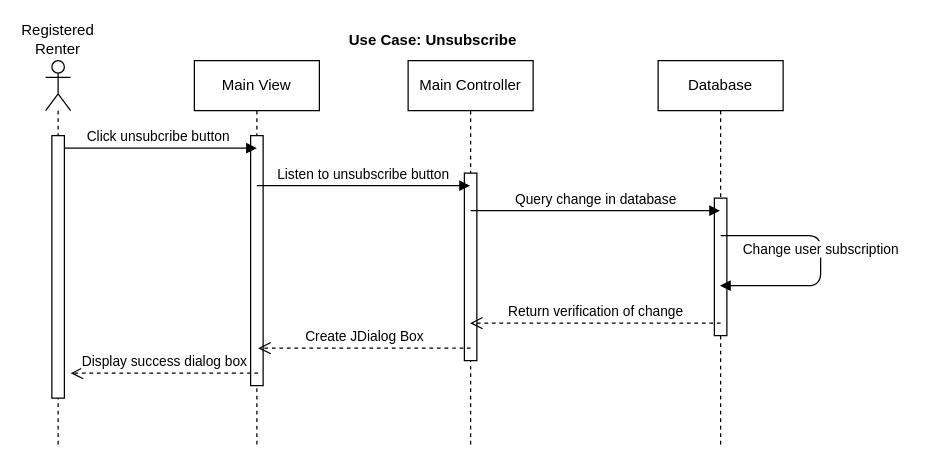
Above: page "Unsubscribe" (4 of 10) of SequenceDiagrams.drawio in ryan-holt/ENSF480FinalProject (draw.io), before the change. Source tidied: cells renumbered, new cells numbered last; positions are measured from the earlier drawing's top-left corner, leaving out a move shared by most shapes. Both pictures are drawn from the tidied source at 125%, with x=0, y=0 at pixel (32, 22).
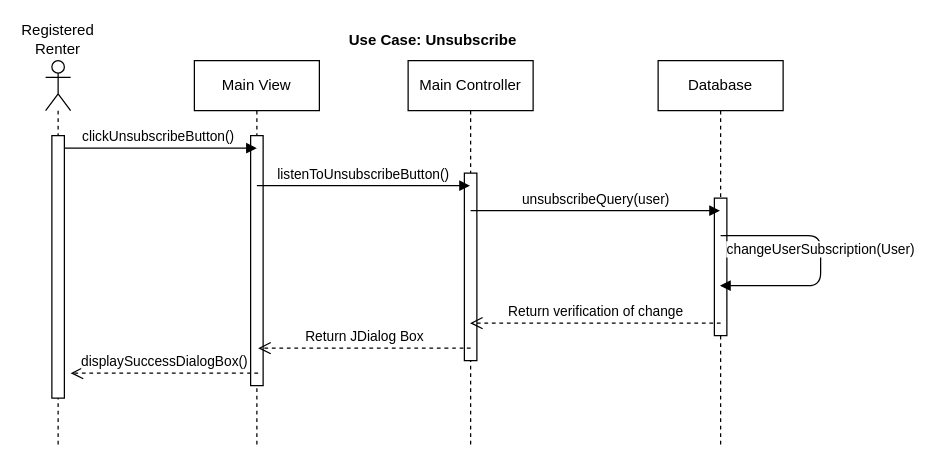
Above is the later version.

The change refers to these unchanged cells:
```xml
<mxCell id="8" value="Main Controller" style="shape=umlLifeline;perimeter=lifelinePerimeter;whiteSpace=wrap;html=1;outlineConnect=0;" parent="1" vertex="1">
  <mxGeometry x="300" y="30" width="100" height="310" as="geometry" />
</mxCell>
<mxCell id="11" value="Database" style="shape=umlLifeline;perimeter=lifelinePerimeter;whiteSpace=wrap;html=1;outlineConnect=0;" parent="1" vertex="1">
  <mxGeometry x="500" y="30" width="100" height="310" as="geometry" />
</mxCell>
```

What changed in the source:
```diff
@@
-    <mxCell id="6" value="Click unsubcribe button" style="html=1;verticalAlign=bottom;endArrow=block;" parent="1" edge="1">
+    <mxCell id="6" value="clickUnsubscribeButton()" style="html=1;verticalAlign=bottom;endArrow=block;" parent="1" edge="1">
       <mxGeometry relative="1" as="geometry">
         <mxPoint x="20" y="100" as="sourcePoint" />
         <mxPoint x="179" y="100" as="targetPoint" />
       </mxGeometry>
     </mxCell>
@@
-    <mxCell id="10" value="Listen to unsubscribe button" style="html=1;verticalAlign=bottom;endArrow=block;" parent="1" edge="1" target="8">
+    <mxCell id="10" value="listenToUnsubscribeButton()" style="html=1;verticalAlign=bottom;endArrow=block;" parent="1" edge="1" target="8">
       <mxGeometry relative="1" as="geometry">
         <mxPoint x="179" y="130" as="sourcePoint" />
       </mxGeometry>
     </mxCell>
@@
-    <mxCell id="13" value="Query change in database" style="html=1;verticalAlign=bottom;endArrow=block;" parent="1" edge="1" target="11">
+    <mxCell id="13" value="unsubscribeQuery(user)" style="html=1;verticalAlign=bottom;endArrow=block;" parent="1" edge="1" target="11">
       <mxGeometry relative="1" as="geometry">
         <mxPoint x="350" y="150" as="sourcePoint" />
       </mxGeometry>
     </mxCell>
-    <mxCell id="14" value="Change user subscription" style="html=1;verticalAlign=bottom;endArrow=block;" parent="1" edge="1" target="11">
+    <mxCell id="14" value="changeUserSubscription(User)" style="html=1;verticalAlign=bottom;endArrow=block;" parent="1" edge="1" target="11">
       <mxGeometry relative="1" as="geometry">
         <mxPoint x="550" y="170" as="sourcePoint" />
         <Array as="points">
           <mxPoint x="630" y="170" />
           <mxPoint x="630" y="210" />
         </Array>
       </mxGeometry>
     </mxCell>
@@
-    <mxCell id="16" value="Create JDialog Box" style="html=1;verticalAlign=bottom;endArrow=open;dashed=1;endSize=8;" parent="1" edge="1">
+    <mxCell id="16" value="Return JDialog Box" style="html=1;verticalAlign=bottom;endArrow=open;dashed=1;endSize=8;" parent="1" edge="1">
       <mxGeometry relative="1" as="geometry">
         <mxPoint x="350" y="260" as="sourcePoint" />
         <mxPoint x="180" y="260" as="targetPoint" />
         <Array as="points">
           <mxPoint x="340.5" y="260" />
         </Array>
       </mxGeometry>
     </mxCell>
-    <mxCell id="17" value="Display success dialog box" style="html=1;verticalAlign=bottom;endArrow=open;dashed=1;endSize=8;" parent="1" edge="1">
+    <mxCell id="17" value="displaySuccessDialogBox()" style="html=1;verticalAlign=bottom;endArrow=open;dashed=1;endSize=8;" parent="1" edge="1">
       <mxGeometry relative="1" as="geometry">
         <mxPoint x="180" y="280" as="sourcePoint" />
         <mxPoint x="30" y="280" as="targetPoint" />
         <Array as="points">
           <mxPoint x="170.5" y="280" />
         </Array>
       </mxGeometry>
     </mxCell>
```
